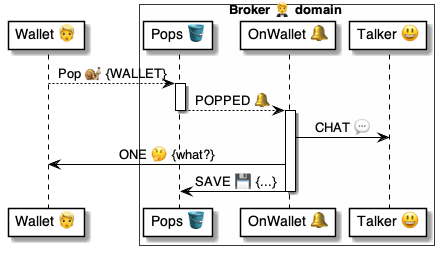
Above: 4 ⚙️ Solution/20 🧑‍🦰 UI/Brokers 🤵/🤵🪣 Broker tables/Pops 🎈 table/🪣🔔 21 Wallet/🤵 OnPopWallet ⚙️ uml.png in pollyweb-org/pollyweb-docs (PlantUML), before the change. Its source is kept beside it as 4 ⚙️ Solution/20 🧑‍🦰 UI/Brokers 🤵/🤵🪣 Broker tables/Pops 🎈 table/🪣🔔 21 Wallet/🤵 OnPopWallet ⚙️ uml.puml.
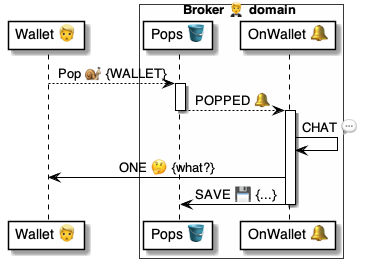
The same diagram one commit later.

What changed in the source:
```diff
@@ -5,7 +5,6 @@
 box Broker 🤵 domain #FFFFFA
     participant "Pops 🪣" as pops
     participant "OnWallet 🔔" as popped
-    participant "Talker 😃" as talker
 end box
 
 wallet --> pops: Pop 🐌 {WALLET}
@@ -15,7 +14,7 @@
 deactivate pops
 
 activate popped
-    popped -> talker: CHAT 💬
+    popped -> popped: CHAT 💬
     popped -> wallet: ONE 🤔 {what?}
     popped -> pops: SAVE 💾 {...}
 deactivate popped
```
